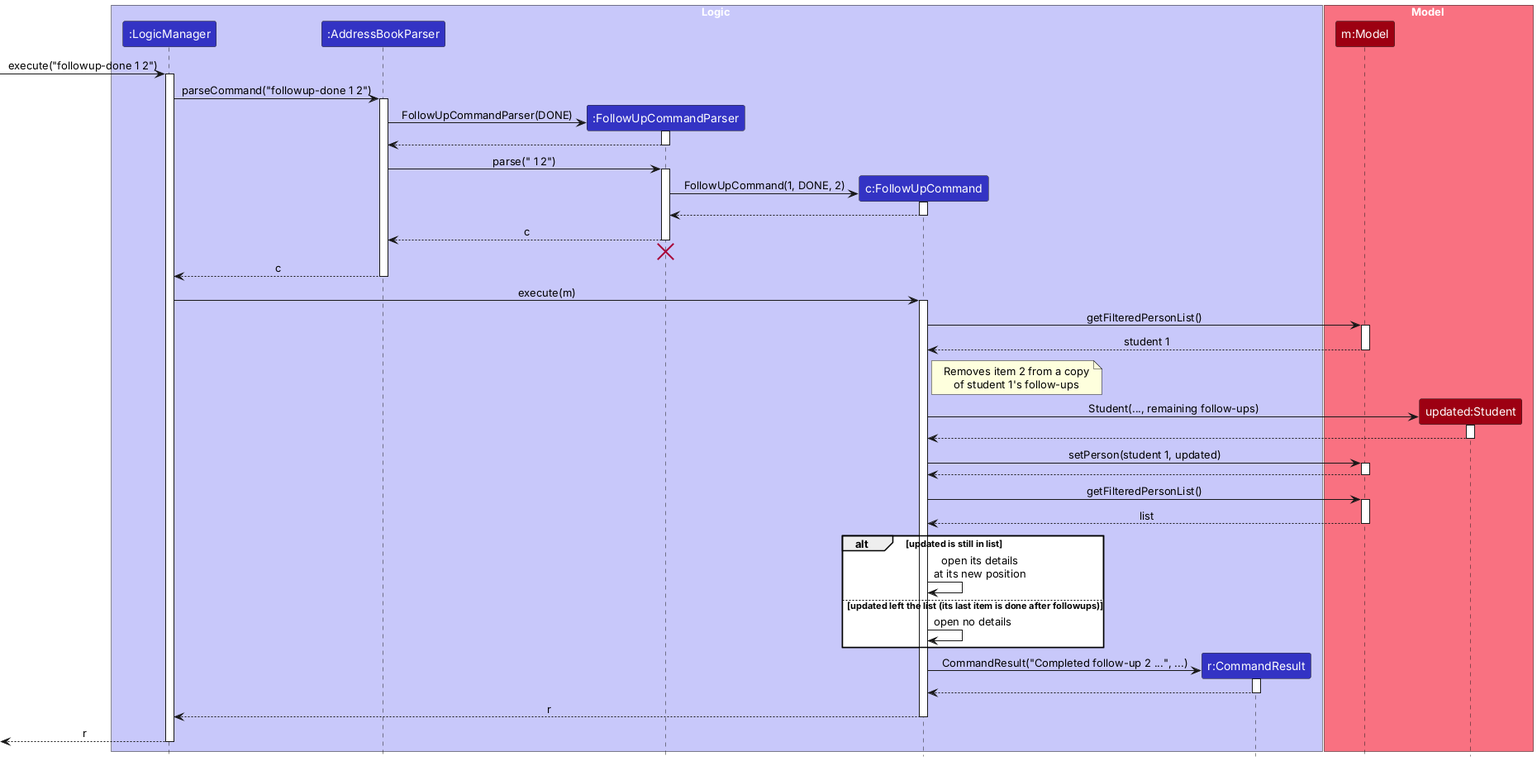
AY2627S1-CS2103T-F13-4/tp keeps this PlantUML diagram as docs/images/FollowUpDoneSequenceDiagram.png. Above is the earlier version. Source of this version:
```plantuml
@startuml
!include style.puml
skinparam ArrowFontStyle plain

box Logic LOGIC_COLOR_T1
participant ":LogicManager" as LogicManager LOGIC_COLOR
participant ":AddressBookParser" as AddressBookParser LOGIC_COLOR
participant ":FollowUpCommandParser" as FollowUpCommandParser LOGIC_COLOR
participant "c:FollowUpCommand" as FollowUpCommand LOGIC_COLOR
participant "r:CommandResult" as CommandResult LOGIC_COLOR
end box

box Model MODEL_COLOR_T1
participant "m:Model" as Model MODEL_COLOR
participant "updated:Student" as Student MODEL_COLOR
end box

[-> LogicManager : execute("followup-done 1 2")
activate LogicManager

LogicManager -> AddressBookParser : parseCommand("followup-done 1 2")
activate AddressBookParser

create FollowUpCommandParser
AddressBookParser -> FollowUpCommandParser : FollowUpCommandParser(DONE)
activate FollowUpCommandParser
FollowUpCommandParser --> AddressBookParser
deactivate FollowUpCommandParser

AddressBookParser -> FollowUpCommandParser : parse(" 1 2")
activate FollowUpCommandParser

create FollowUpCommand
FollowUpCommandParser -> FollowUpCommand : FollowUpCommand(1, DONE, 2)
activate FollowUpCommand
FollowUpCommand --> FollowUpCommandParser
deactivate FollowUpCommand

FollowUpCommandParser --> AddressBookParser : c
deactivate FollowUpCommandParser
FollowUpCommandParser -[hidden]-> AddressBookParser
destroy FollowUpCommandParser

AddressBookParser --> LogicManager : c
deactivate AddressBookParser

LogicManager -> FollowUpCommand : execute(m)
activate FollowUpCommand

FollowUpCommand -> Model : getFilteredPersonList()
activate Model
Model --> FollowUpCommand : student 1
deactivate Model

note right of FollowUpCommand
  Removes item 2 from a copy
  of student 1's follow-ups
end note

create Student
FollowUpCommand -> Student : Student(..., remaining follow-ups)
activate Student
Student --> FollowUpCommand
deactivate Student

FollowUpCommand -> Model : setPerson(student 1, updated)
activate Model
Model --> FollowUpCommand
deactivate Model

FollowUpCommand -> Model : getFilteredPersonList()
activate Model
Model --> FollowUpCommand : list
deactivate Model

alt updated is still in list
    FollowUpCommand -> FollowUpCommand : open its details\nat its new position
else updated left the list (its last item is done after followups)
    FollowUpCommand -> FollowUpCommand : open no details
end

create CommandResult
FollowUpCommand -> CommandResult : CommandResult("Completed follow-up 2 ...", ...)
activate CommandResult
CommandResult --> FollowUpCommand
deactivate CommandResult

FollowUpCommand --> LogicManager : r
deactivate FollowUpCommand

[<-- LogicManager : r
deactivate LogicManager
@enduml
```
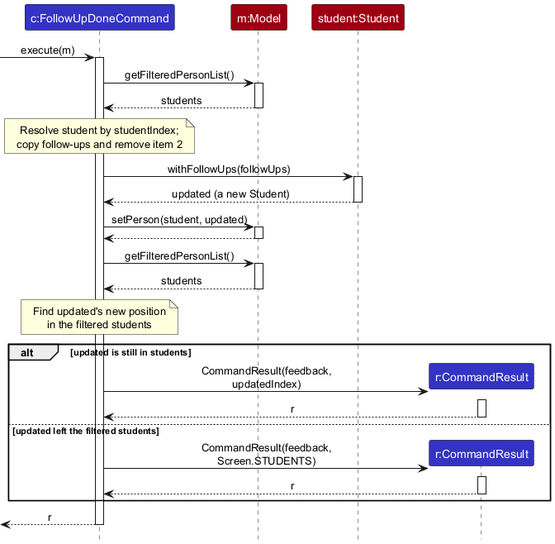
After the change.

The edit, as a diff of the source:
```diff
@@ -2,92 +2,58 @@
 !include style.puml
 skinparam ArrowFontStyle plain
 
-box Logic LOGIC_COLOR_T1
-participant ":LogicManager" as LogicManager LOGIC_COLOR
-participant ":AddressBookParser" as AddressBookParser LOGIC_COLOR
-participant ":FollowUpCommandParser" as FollowUpCommandParser LOGIC_COLOR
-participant "c:FollowUpCommand" as FollowUpCommand LOGIC_COLOR
-participant "r:CommandResult" as CommandResult LOGIC_COLOR
-end box
+participant "c:FollowUpDoneCommand" as Command LOGIC_COLOR
+participant "m:Model" as Model MODEL_COLOR
+participant "student:Student" as Student MODEL_COLOR
+participant "r:CommandResult" as Result LOGIC_COLOR
 
-box Model MODEL_COLOR_T1
-participant "m:Model" as Model MODEL_COLOR
-participant "updated:Student" as Student MODEL_COLOR
-end box
+[-> Command : execute(m)
+activate Command
 
-[-> LogicManager : execute("followup-done 1 2")
-activate LogicManager
-
-LogicManager -> AddressBookParser : parseCommand("followup-done 1 2")
-activate AddressBookParser
-
-create FollowUpCommandParser
-AddressBookParser -> FollowUpCommandParser : FollowUpCommandParser(DONE)
-activate FollowUpCommandParser
-FollowUpCommandParser --> AddressBookParser
-deactivate FollowUpCommandParser
-
-AddressBookParser -> FollowUpCommandParser : parse(" 1 2")
-activate FollowUpCommandParser
-
-create FollowUpCommand
-FollowUpCommandParser -> FollowUpCommand : FollowUpCommand(1, DONE, 2)
-activate FollowUpCommand
-FollowUpCommand --> FollowUpCommandParser
-deactivate FollowUpCommand
-
-FollowUpCommandParser --> AddressBookParser : c
-deactivate FollowUpCommandParser
-FollowUpCommandParser -[hidden]-> AddressBookParser
-destroy FollowUpCommandParser
-
-AddressBookParser --> LogicManager : c
-deactivate AddressBookParser
-
-LogicManager -> FollowUpCommand : execute(m)
-activate FollowUpCommand
-
-FollowUpCommand -> Model : getFilteredPersonList()
+Command -> Model : getFilteredPersonList()
 activate Model
-Model --> FollowUpCommand : student 1
+Model --> Command : students
 deactivate Model
 
-note right of FollowUpCommand
-  Removes item 2 from a copy
-  of student 1's follow-ups
+note over Command
+  Resolve student by studentIndex;
+  copy follow-ups and remove item 2
 end note
 
-create Student
-FollowUpCommand -> Student : Student(..., remaining follow-ups)
+Command -> Student : withFollowUps(followUps)
 activate Student
-Student --> FollowUpCommand
+Student --> Command : updated (a new Student)
 deactivate Student
 
-FollowUpCommand -> Model : setPerson(student 1, updated)
+Command -> Model : setPerson(student, updated)
 activate Model
-Model --> FollowUpCommand
+Model --> Command
 deactivate Model
 
-FollowUpCommand -> Model : getFilteredPersonList()
+Command -> Model : getFilteredPersonList()
 activate Model
-Model --> FollowUpCommand : list
+Model --> Command : students
 deactivate Model
 
-alt updated is still in list
-    FollowUpCommand -> FollowUpCommand : open its details\nat its new position
-else updated left the list (its last item is done after followups)
-    FollowUpCommand -> FollowUpCommand : open no details
+note over Command
+  Find updated's new position
+  in the filtered students
+end note
+
+alt updated is still in students
+    create Result
+    Command -> Result : CommandResult(feedback,\nupdatedIndex)
+    activate Result
+    Result --> Command : r
+    deactivate Result
+else updated left the filtered students
+    create Result
+    Command -> Result : CommandResult(feedback,\nScreen.STUDENTS)
+    activate Result
+    Result --> Command : r
+    deactivate Result
 end
 
-create CommandResult
-FollowUpCommand -> CommandResult : CommandResult("Completed follow-up 2 ...", ...)
-activate CommandResult
-CommandResult --> FollowUpCommand
-deactivate CommandResult
-
-FollowUpCommand --> LogicManager : r
-deactivate FollowUpCommand
-
-[<-- LogicManager : r
-deactivate LogicManager
+[<-- Command : r
+deactivate Command
 @enduml
```
